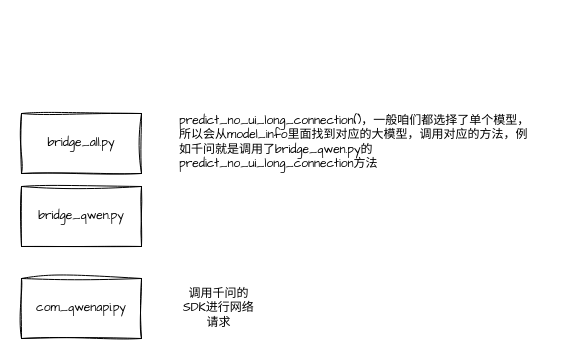
TryLoveCatch/charts keeps this draw.io diagram as gpt_academic.drawio. Above is the earlier version. Source tidied: cells renumbered, new cells numbered last; positions are measured from the earlier drawing's top-left corner, leaving out a move shared by most shapes. Both pictures are drawn from the tidied source at 100%, with x=0, y=0 at pixel (21, 110).
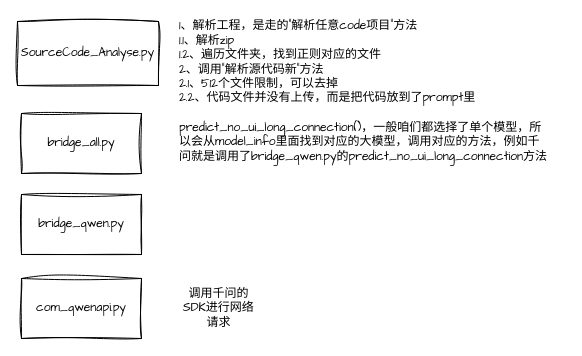
The same page after the edit.

The edit, as a diff of the source:
```diff
@@
 <mxGraphModel>
   <root>
     <mxCell id="0" />
     <mxCell id="1" parent="0" />
     <mxCell id="2" value="com_qwenapi.py" style="rounded=0;whiteSpace=wrap;html=1;sketch=1;curveFitting=1;jiggle=2;fontFamily=Comic Sans MS;" parent="1" vertex="1">
       <mxGeometry y="168" width="120" height="60" as="geometry" />
     </mxCell>
     <mxCell id="3" value="调用千问的SDK进行网络请求" style="text;html=1;align=center;verticalAlign=middle;whiteSpace=wrap;rounded=0;fontFamily=Comic Sans MS;fontSize=12;fontColor=default;" parent="1" vertex="1">
       <mxGeometry x="156" y="176.5" width="83" height="43" as="geometry" />
     </mxCell>
     <mxCell id="4" value="bridge_qwen.py" style="rounded=0;whiteSpace=wrap;html=1;sketch=1;curveFitting=1;jiggle=2;fontFamily=Comic Sans MS;" parent="1" vertex="1">
-      <mxGeometry y="76" width="120" height="60" as="geometry" />
+      <mxGeometry y="84" width="120" height="60" as="geometry" />
     </mxCell>
     <mxCell id="5" value="bridge_all.py" style="rounded=0;whiteSpace=wrap;html=1;sketch=1;curveFitting=1;jiggle=2;fontFamily=Comic Sans MS;" parent="1" vertex="1">
       <mxGeometry y="3" width="120" height="60" as="geometry" />
     </mxCell>
     <mxCell id="6" value="predict_no_ui_long_connection()，一般咱们都选择了单个模型，所以会从model_info里面找到对应的大模型，调用对应的方法，例如千问就是调用了&lt;span style=&quot;text-align: center;&quot;&gt;bridge_qwen.py的&lt;/span&gt;predict_no_ui_long_connection方法" style="text;html=1;align=left;verticalAlign=middle;whiteSpace=wrap;rounded=0;fontFamily=Comic Sans MS;fontSize=12;fontColor=default;" parent="1" vertex="1">
-      <mxGeometry x="156" width="355" height="63" as="geometry" />
+      <mxGeometry x="156" width="373" height="63" as="geometry" />
     </mxCell>
+    <mxCell id="7" value="SourceCode_Analyse.py" style="rounded=0;whiteSpace=wrap;html=1;sketch=1;curveFitting=1;jiggle=2;fontFamily=Comic Sans MS;" parent="1" vertex="1">
+      <mxGeometry x="-4" y="-89" width="141" height="64" as="geometry" />
+    </mxCell>
+    <mxCell id="8" value="1、解析工程，是走的&quot;解析任意code项目&quot;方法&lt;div&gt;1.1、解析zip&lt;/div&gt;&lt;div&gt;1.2、遍历文件夹，找到正则对应的文件&lt;/div&gt;&lt;div&gt;2、调用&quot;解析源代码新&quot;方法&lt;/div&gt;&lt;div&gt;2.1、512个文件限制，可以去掉&lt;/div&gt;&lt;div&gt;2.2、代码文件并没有上传，而是把代码放到了prompt里&lt;/div&gt;" style="text;html=1;align=left;verticalAlign=middle;whiteSpace=wrap;rounded=0;fontFamily=Comic Sans MS;fontSize=12;fontColor=default;" parent="1" vertex="1">
+      <mxGeometry x="156" y="-93" width="387" height="89" as="geometry" />
+    </mxCell>
   </root>
 </mxGraphModel>
```
